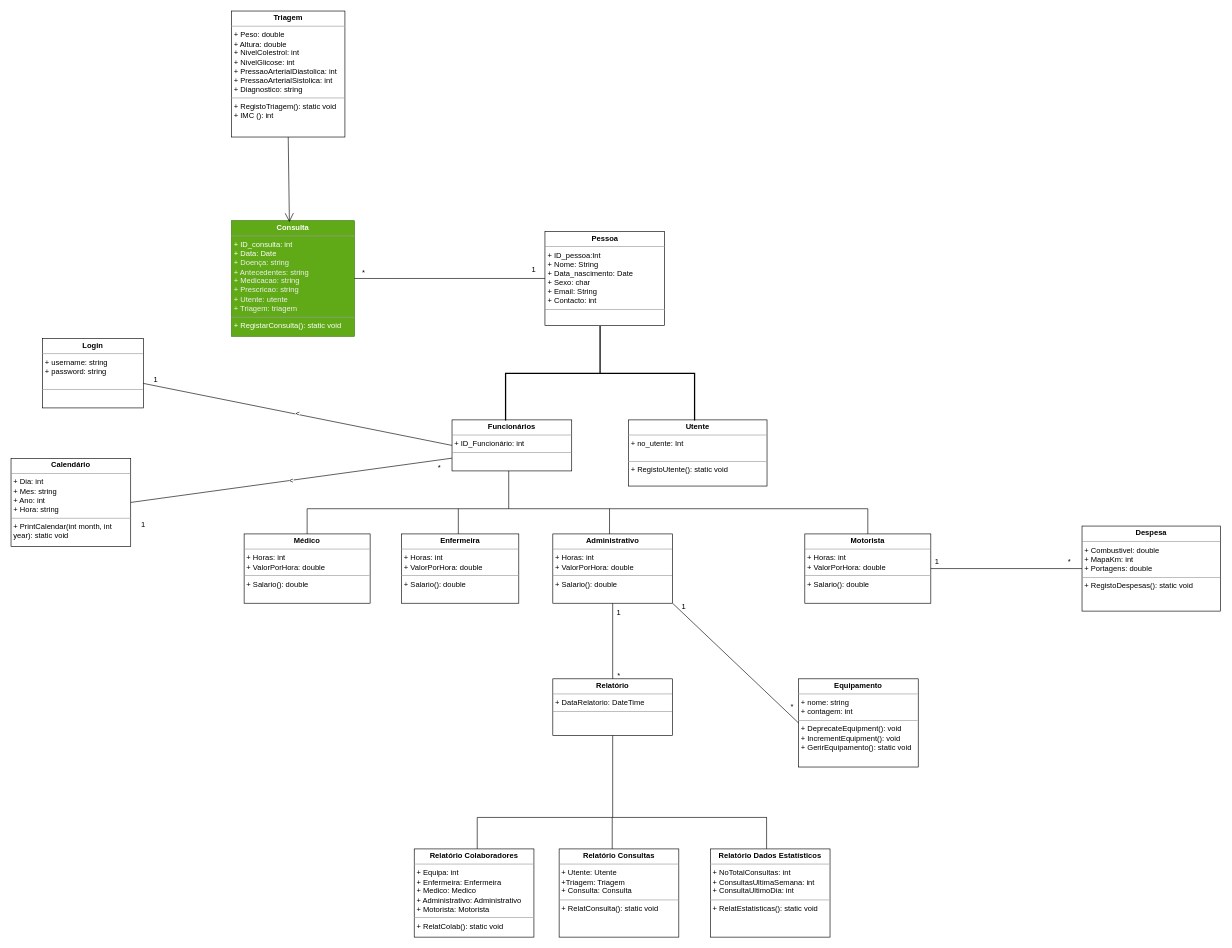
The draw.io diagram Diagramas/Diagrama de classes/Diagrama de classes .drawio in IsabelSilva-98/Trabalho_Grupo_3, before the edit. Source tidied: cells renumbered, new cells numbered last; positions are measured from the earlier drawing's top-left corner, leaving out a move shared by most shapes. Both pictures are drawn from the tidied source at 63%, with x=0, y=0 at pixel (11, 11).
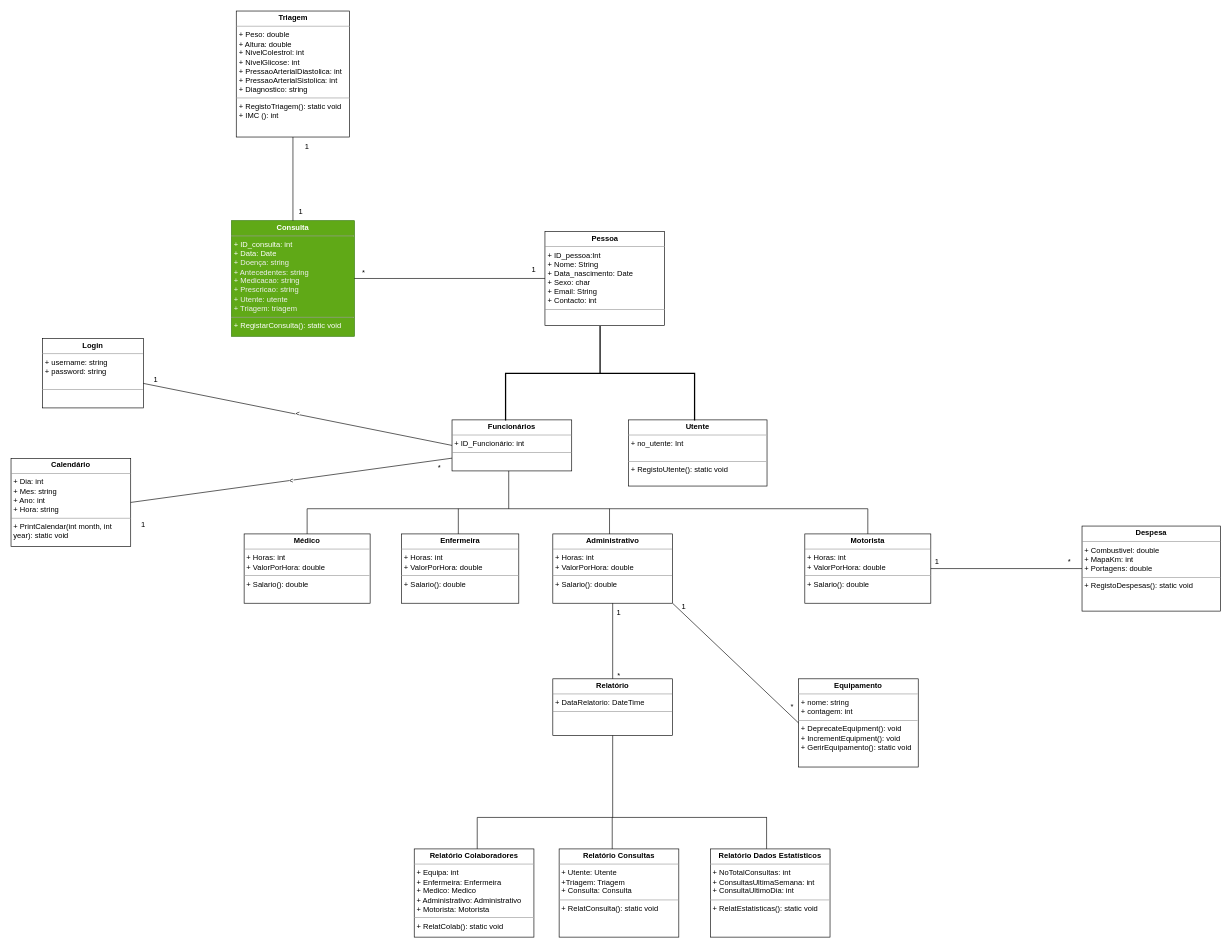
After the change.

Commit message (it also covers changes not shown here):
Atualização diagrama de classes

Unchanged cells that the change refers to:
```xml
<mxCell id="2" value="&lt;p style=&quot;margin:0px;margin-top:4px;text-align:center;&quot;&gt;&lt;b&gt;Consulta&lt;/b&gt;&lt;/p&gt;&lt;hr size=&quot;1&quot;&gt;&lt;p style=&quot;margin:0px;margin-left:4px;&quot;&gt;+ ID_consulta: int&lt;/p&gt;&lt;p style=&quot;margin:0px;margin-left:4px;&quot;&gt;+ Data: Date&lt;/p&gt;&lt;p style=&quot;color: rgb(240, 240, 240); margin: 0px 0px 0px 4px;&quot;&gt;+ Doença: string&lt;/p&gt;&lt;p style=&quot;color: rgb(240, 240, 240); margin: 0px 0px 0px 4px;&quot;&gt;+ Antecedentes: string&lt;/p&gt;&lt;p style=&quot;color: rgb(240, 240, 240); margin: 0px 0px 0px 4px;&quot;&gt;+ Medicacao: string&lt;/p&gt;&lt;p style=&quot;color: rgb(240, 240, 240); margin: 0px 0px 0px 4px;&quot;&gt;+ Prescricao: string&lt;/p&gt;&lt;p style=&quot;color: rgb(240, 240, 240); margin: 0px 0px 0px 4px;&quot;&gt;+ Utente: utente&lt;br&gt;&lt;/p&gt;&lt;p style=&quot;color: rgb(240, 240, 240); margin: 0px 0px 0px 4px;&quot;&gt;+ Triagem: triagem&lt;/p&gt;&lt;hr size=&quot;1&quot;&gt;&lt;p style=&quot;margin:0px;margin-left:4px;&quot;&gt;+ RegistarConsulta(): static void&lt;br&gt;&lt;/p&gt;" style="verticalAlign=top;align=left;overflow=fill;fontSize=12;fontFamily=Helvetica;html=1;whiteSpace=wrap;fillColor=#60a917;strokeColor=#2D7600;fontColor=#ffffff;" parent="1" vertex="1">
  <mxGeometry x="350" y="332.8" width="195" height="183.5" as="geometry" />
</mxCell>
```

The edit, as a diff of the source:
```diff
@@
     <mxCell id="38" value="&lt;p style=&quot;margin:0px;margin-top:4px;text-align:center;&quot;&gt;&lt;b&gt;Triagem&lt;/b&gt;&lt;/p&gt;&lt;hr size=&quot;1&quot;&gt;&lt;p style=&quot;margin:0px;margin-left:4px;&quot;&gt;&lt;span style=&quot;background-color: initial;&quot;&gt;+ Peso: double&lt;/span&gt;&lt;/p&gt;&lt;p style=&quot;margin:0px;margin-left:4px;&quot;&gt;&lt;span style=&quot;background-color: initial;&quot;&gt;+ Altura: double&lt;/span&gt;&lt;/p&gt;&lt;p style=&quot;margin:0px;margin-left:4px;&quot;&gt;&lt;span style=&quot;background-color: initial;&quot;&gt;+ NivelColestrol: int&lt;/span&gt;&lt;/p&gt;&lt;p style=&quot;margin:0px;margin-left:4px;&quot;&gt;&lt;span style=&quot;background-color: initial;&quot;&gt;+ NivelGlicose: int&lt;/span&gt;&lt;/p&gt;&lt;p style=&quot;margin:0px;margin-left:4px;&quot;&gt;&lt;span style=&quot;background-color: initial;&quot;&gt;+ PressaoArterialDiastolica: int&lt;/span&gt;&lt;br&gt;&lt;/p&gt;&lt;p style=&quot;margin:0px;margin-left:4px;&quot;&gt;+ PressaoArterialSistolica: int&lt;/p&gt;&lt;p style=&quot;margin:0px;margin-left:4px;&quot;&gt;+ Diagnostico: string&lt;/p&gt;&lt;hr size=&quot;1&quot;&gt;&lt;p style=&quot;margin:0px;margin-left:4px;&quot;&gt;+ RegistoTriagem(): static void&lt;/p&gt;&lt;p style=&quot;margin:0px;margin-left:4px;&quot;&gt;+ IMC (): int&lt;/p&gt;" style="verticalAlign=top;align=left;overflow=fill;fontSize=12;fontFamily=Helvetica;html=1;whiteSpace=wrap;" parent="1" vertex="1">
-      <mxGeometry x="350" width="180" height="200" as="geometry" />
+      <mxGeometry x="357.5" width="180" height="200" as="geometry" />
     </mxCell>
-    <mxCell id="39" style="endArrow=open;endFill=1;endSize=12;html=1;rounded=0;exitX=0.5;exitY=1;exitDx=0;exitDy=0;entryX=0.471;entryY=0.012;entryDx=0;entryDy=0;entryPerimeter=0;" parent="1" edge="1" source="38" target="2">
-      <mxGeometry relative="1" as="geometry" />
-    </mxCell>
@@
+    <mxCell id="49" style="endArrow=none;html=1;rounded=0;elbow=vertical;exitX=0.5;exitY=0;exitDx=0;exitDy=0;entryX=0.5;entryY=1;entryDx=0;entryDy=0;" parent="1" edge="1" source="2" target="38">
+      <mxGeometry relative="1" as="geometry" />
+    </mxCell>
+    <mxCell id="50" value="1" style="text;html=1;strokeColor=none;fillColor=none;align=center;verticalAlign=middle;whiteSpace=wrap;rounded=0;" parent="1" vertex="1">
+      <mxGeometry x="440" y="200" width="60" height="30" as="geometry" />
+    </mxCell>
+    <mxCell id="51" value="1" style="text;html=1;strokeColor=none;fillColor=none;align=center;verticalAlign=middle;whiteSpace=wrap;rounded=0;" parent="1" vertex="1">
+      <mxGeometry x="430" y="302.8" width="60" height="30" as="geometry" />
+    </mxCell>
```
